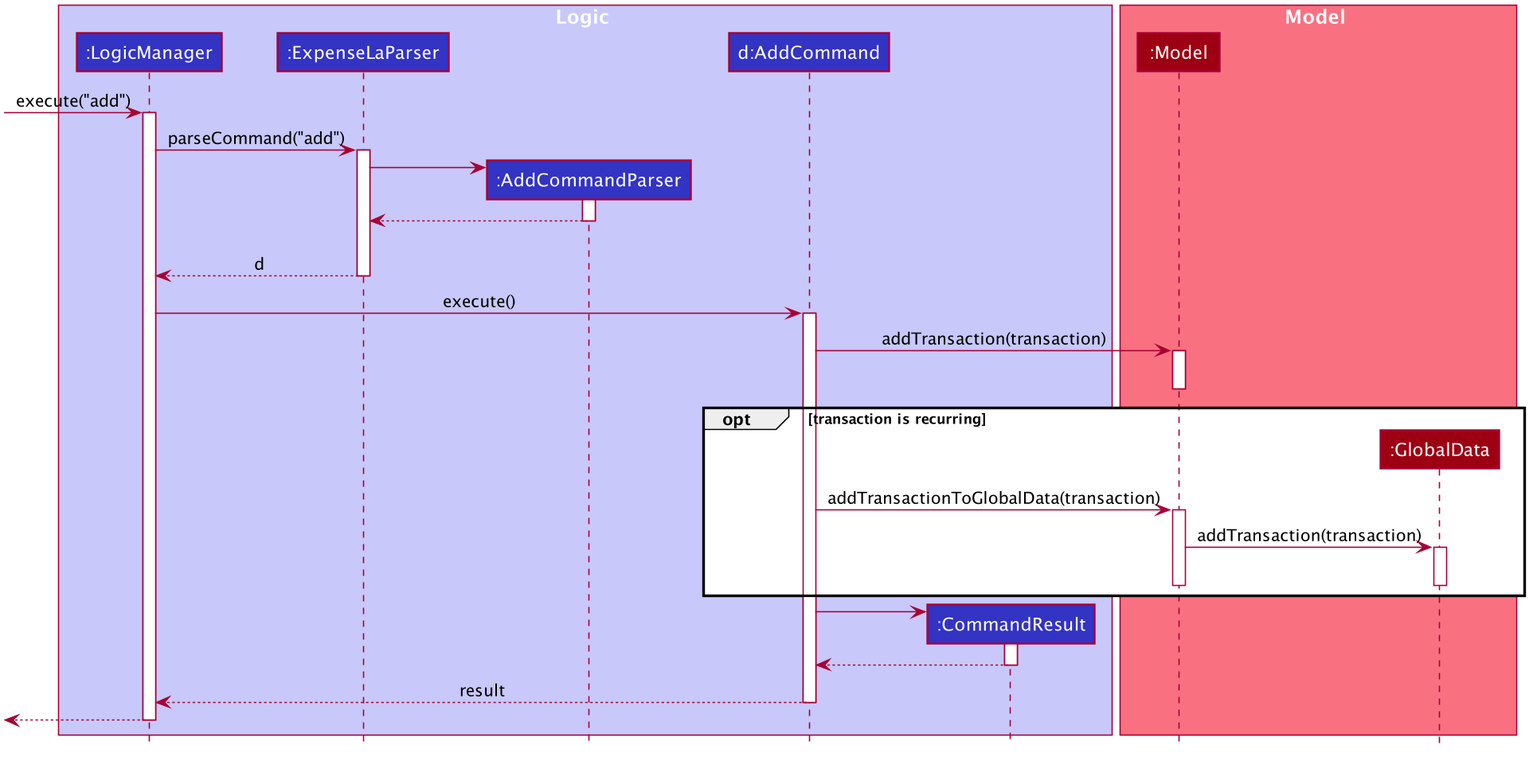
This is docs/images/add-command/AddCommandSequenceDiagram.png from nus-cs2103-AY1920S2/addressbook-level3, a PlantUML export, as it was before one commit.
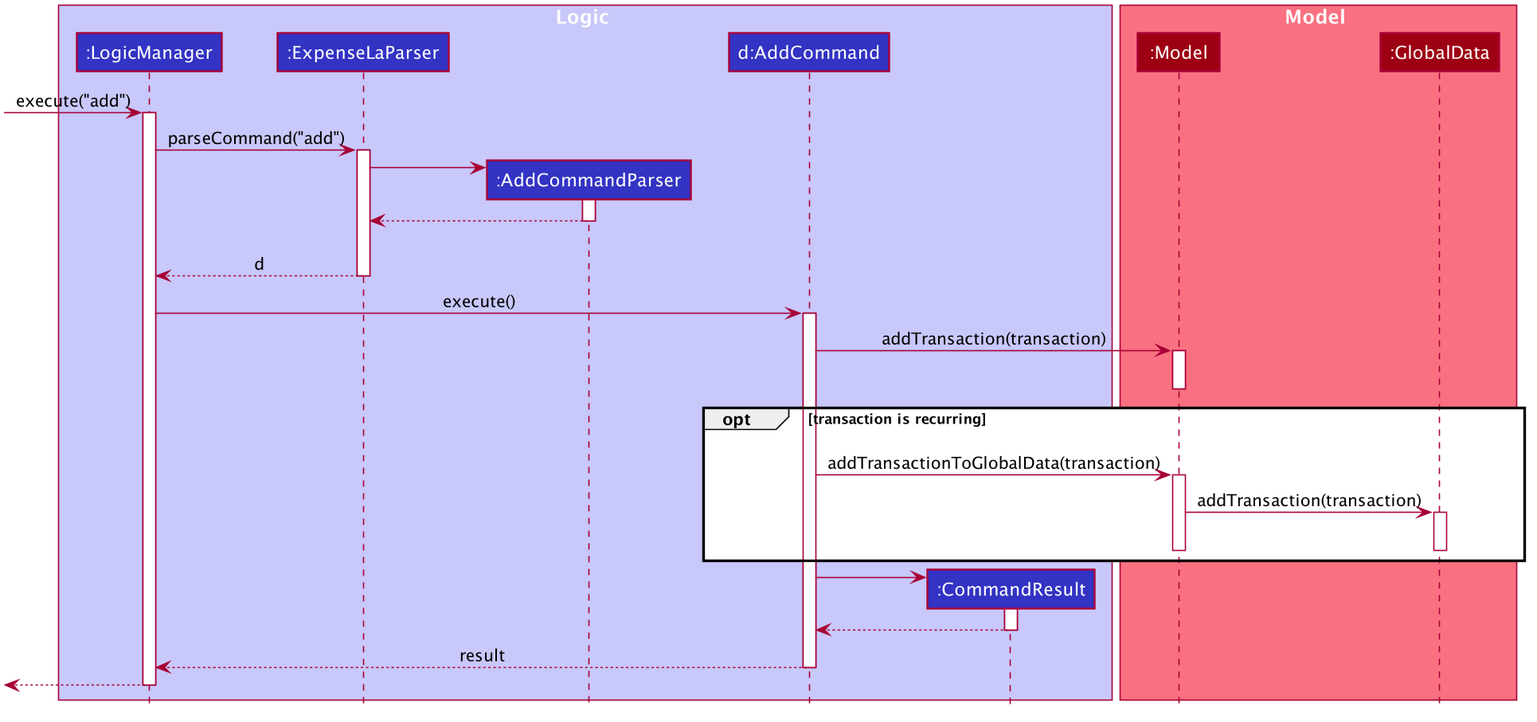
Above is the later version.

What changed in the source:
```diff
@@ -92,7 +92,7 @@
 deactivate Model
 
 opt transaction is recurring
-create GlobalData
+
 
 
 AddCommand -[hidden]> GlobalData
```
